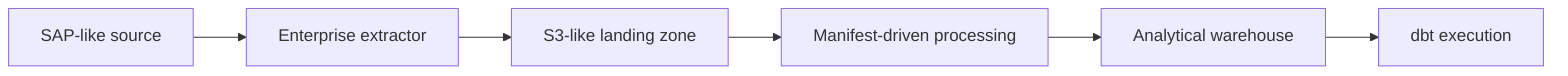
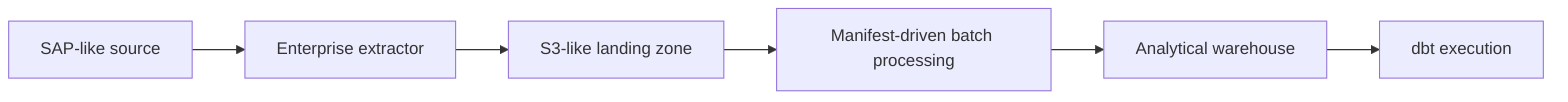
flowchart LR
  source["SAP-like source"] --> extractor["Enterprise extractor"]
  extractor --> landing["S3-like landing zone"]
-   landing --> manifest["Manifest-driven processing"]
+   landing --> manifest["Manifest-driven batch processing"]
  manifest --> warehouse["Analytical warehouse"]
  warehouse --> dbt["dbt execution"]
